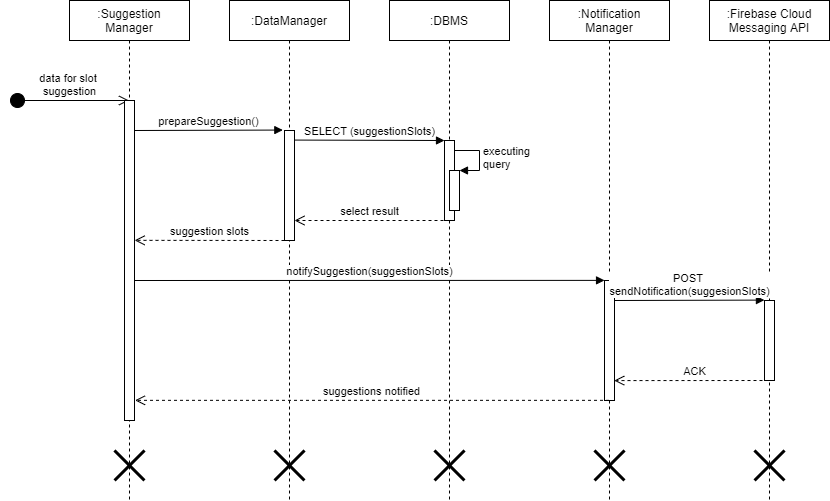
Before: DD/Runtime view diagram/suggestion mobile app.png, a diagram exported from draw.io (CosimoSguanci/SguanciSpataforaVergani-RASD-DD-ingsw2). Source tidied: cells renumbered, new cells last; positions are measured from the earlier drawing's top-left corner, leaving out a move shared by most shapes.
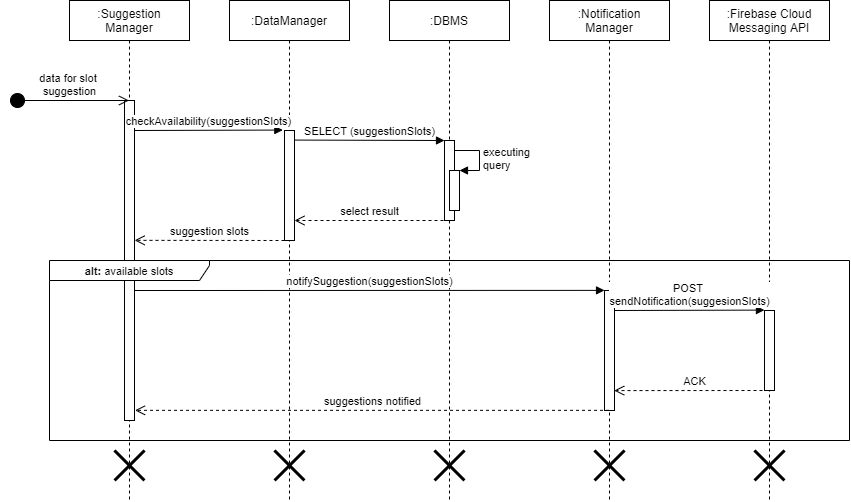
After the commit.

The edit, as a diff of the source:
```diff
@@ -8,12 +8,18 @@
     <mxCell id="3" style="shape=umlDestroy;whiteSpace=wrap;html=1;strokeWidth=3;" parent="2" vertex="1">
       <mxGeometry x="45" y="450" width="30" height="30" as="geometry" />
     </mxCell>
+    <mxCell id="12" style="html=1;points=[];perimeter=orthogonalPerimeter;" parent="1" vertex="1">
+      <mxGeometry x="115" y="100" width="10" height="320" as="geometry" />
+    </mxCell>
     <mxCell id="4" value=":Notification&lt;br&gt;Manager" style="shape=umlLifeline;perimeter=lifelinePerimeter;whiteSpace=wrap;html=1;outlineConnect=0;" parent="1" vertex="1">
       <mxGeometry x="540" width="120" height="500" as="geometry" />
     </mxCell>
     <mxCell id="5" value=":DataManager" style="shape=umlLifeline;perimeter=lifelinePerimeter;whiteSpace=wrap;html=1;" parent="1" vertex="1">
       <mxGeometry x="220" width="120" height="500" as="geometry" />
     </mxCell>
+    <mxCell id="28" value="&lt;font style=&quot;font-size: 11px&quot;&gt;&lt;b&gt;alt: &lt;/b&gt;available slots&lt;/font&gt;" style="shape=umlFrame;whiteSpace=wrap;html=1;width=160;height=20;" parent="5" vertex="1">
+      <mxGeometry x="-180" y="260" width="800" height="180" as="geometry" />
+    </mxCell>
     <mxCell id="6" value=":DBMS" style="shape=umlLifeline;perimeter=lifelinePerimeter;whiteSpace=wrap;html=1;" parent="1" vertex="1">
       <mxGeometry x="380" width="120" height="500" as="geometry" />
     </mxCell>
@@ -26,20 +32,12 @@
         <mxPoint x="119.5" y="100" as="targetPoint" />
       </mxGeometry>
     </mxCell>
-    <mxCell id="9" value="prepareSuggestion()" style="html=1;verticalAlign=bottom;endArrow=block;entryX=-0.167;entryY=-0.004;entryDx=0;entryDy=0;entryPerimeter=0;" parent="1" edge="1" target="13">
-      <mxGeometry relative="1" as="geometry">
-        <mxPoint x="125" y="130" as="sourcePoint" />
-      </mxGeometry>
-    </mxCell>
     <mxCell id="10" value="SELECT (suggestionSlots)" style="html=1;verticalAlign=bottom;endArrow=block;exitX=1.011;exitY=0.087;exitDx=0;exitDy=0;exitPerimeter=0;" parent="1" edge="1" source="13" target="11">
       <mxGeometry relative="1" as="geometry" />
     </mxCell>
     <mxCell id="11" style="html=1;points=[];perimeter=orthogonalPerimeter;" parent="1" vertex="1">
       <mxGeometry x="435" y="140" width="10" height="80" as="geometry" />
     </mxCell>
-    <mxCell id="12" style="html=1;points=[];perimeter=orthogonalPerimeter;" parent="1" vertex="1">
-      <mxGeometry x="115" y="100" width="10" height="320" as="geometry" />
-    </mxCell>
     <mxCell id="13" style="html=1;points=[];perimeter=orthogonalPerimeter;" parent="1" vertex="1">
       <mxGeometry x="275" y="130" width="10" height="110" as="geometry" />
     </mxCell>
@@ -66,27 +64,30 @@
     </mxCell>
     <mxCell id="18" value="notifySuggestion(suggestionSlots)" style="html=1;verticalAlign=bottom;endArrow=block;entryX=0.004;entryY=-0.001;entryDx=0;entryDy=0;entryPerimeter=0;" parent="1" edge="1" target="19">
       <mxGeometry relative="1" as="geometry">
-        <mxPoint x="125" y="280" as="sourcePoint" />
+        <mxPoint x="125" y="290" as="sourcePoint" />
       </mxGeometry>
     </mxCell>
     <mxCell id="19" style="html=1;points=[];perimeter=orthogonalPerimeter;" parent="1" vertex="1">
-      <mxGeometry x="595" y="280" width="10" height="120" as="geometry" />
+      <mxGeometry x="595" y="290" width="10" height="120" as="geometry" />
     </mxCell>
     <mxCell id="20" value="POST &lt;br&gt;sendNotification(suggesionSlots)" style="html=1;verticalAlign=bottom;endArrow=block;entryX=-0.007;entryY=-0.005;entryDx=0;entryDy=0;entryPerimeter=0;" parent="1" edge="1" target="21">
       <mxGeometry relative="1" as="geometry">
-        <mxPoint x="605" y="300" as="sourcePoint" />
+        <mxPoint x="605" y="310" as="sourcePoint" />
       </mxGeometry>
     </mxCell>
     <mxCell id="21" style="html=1;points=[];perimeter=orthogonalPerimeter;" parent="1" vertex="1">
-      <mxGeometry x="755" y="300" width="10" height="80" as="geometry" />
+      <mxGeometry x="755" y="310" width="10" height="80" as="geometry" />
     </mxCell>
     <mxCell id="22" value="ACK" style="html=1;verticalAlign=bottom;endArrow=open;dashed=1;endSize=8;entryX=0.974;entryY=0.834;entryDx=0;entryDy=0;entryPerimeter=0;" parent="1" edge="1" target="19">
       <mxGeometry relative="1" as="geometry">
-        <mxPoint x="765" y="380" as="sourcePoint" />
+        <mxPoint x="765" y="390" as="sourcePoint" />
       </mxGeometry>
     </mxCell>
-    <mxCell id="23" value="suggestions notified" style="html=1;verticalAlign=bottom;endArrow=open;dashed=1;endSize=8;entryX=1.052;entryY=0.937;entryDx=0;entryDy=0;entryPerimeter=0;" parent="1" edge="1" source="4" target="12">
-      <mxGeometry relative="1" as="geometry" />
+    <mxCell id="23" value="suggestions notified" style="html=1;verticalAlign=bottom;endArrow=open;dashed=1;endSize=8;entryX=1.052;entryY=0.937;entryDx=0;entryDy=0;entryPerimeter=0;" parent="1" edge="1">
+      <mxGeometry relative="1" as="geometry">
+        <mxPoint x="599.5" y="409.8" as="sourcePoint" />
+        <mxPoint x="125.5" y="409.8" as="targetPoint" />
+      </mxGeometry>
     </mxCell>
     <mxCell id="24" style="shape=umlDestroy;whiteSpace=wrap;html=1;strokeWidth=3;" parent="1" vertex="1">
       <mxGeometry x="265" y="450" width="30" height="30" as="geometry" />
@@ -100,5 +101,10 @@
     <mxCell id="27" style="shape=umlDestroy;whiteSpace=wrap;html=1;strokeWidth=3;" parent="1" vertex="1">
       <mxGeometry x="745" y="450" width="30" height="30" as="geometry" />
     </mxCell>
+    <mxCell id="9" value="checkAvailability(suggestionSlots)" style="html=1;verticalAlign=bottom;endArrow=block;entryX=-0.167;entryY=-0.004;entryDx=0;entryDy=0;entryPerimeter=0;" parent="1" edge="1" target="13">
+      <mxGeometry relative="1" as="geometry">
+        <mxPoint x="125" y="130" as="sourcePoint" />
+      </mxGeometry>
+    </mxCell>
   </root>
 </mxGraphModel>
```
